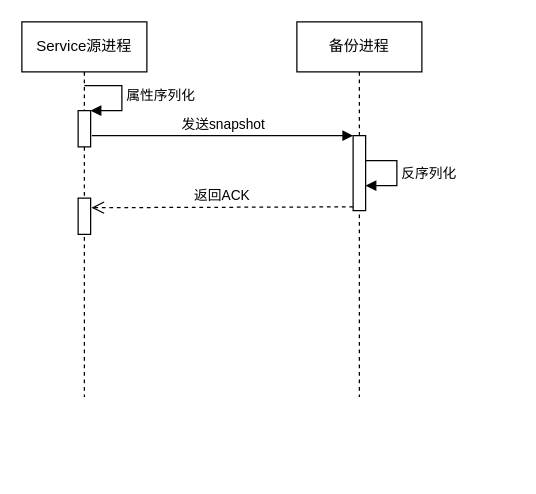
Earlier version of the draw.io diagram Untitled Diagram.drawio (bombshen/bombshen). Source tidied: cells renumbered, new cells numbered last; positions are measured from the earlier drawing's top-left corner, leaving out a move shared by most shapes. Both pictures are drawn from the tidied source at 125%, with x=0, y=0 at pixel (21, 21).
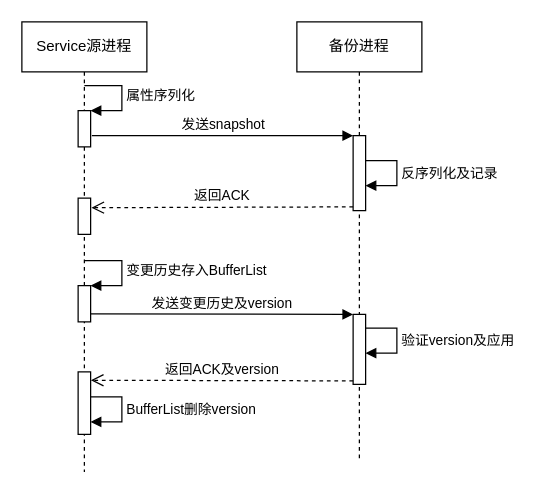
Above is the later version.

What changed in the source:
```diff
@@
     <mxCell id="2" value="Service源进程" style="shape=umlLifeline;perimeter=lifelinePerimeter;whiteSpace=wrap;html=1;" parent="1" vertex="1">
-      <mxGeometry width="100" height="300" as="geometry" />
+      <mxGeometry width="100" height="360" as="geometry" />
     </mxCell>
@@
+    <mxCell id="11" style="html=1;points=[];perimeter=orthogonalPerimeter;" parent="2" vertex="1">
+      <mxGeometry x="45" y="211" width="10" height="29" as="geometry" />
+    </mxCell>
+    <mxCell id="12" value="变更历史存入BufferList" style="edgeStyle=orthogonalEdgeStyle;html=1;align=left;spacingLeft=2;endArrow=block;rounded=0;entryX=1;entryY=0;" parent="2" edge="1" target="11">
+      <mxGeometry relative="1" as="geometry">
+        <mxPoint x="50" y="191" as="sourcePoint" />
+        <Array as="points">
+          <mxPoint x="80" y="191" />
+        </Array>
+      </mxGeometry>
+    </mxCell>
+    <mxCell id="13" style="html=1;points=[];perimeter=orthogonalPerimeter;" parent="2" vertex="1">
+      <mxGeometry x="45" y="280" width="10" height="50" as="geometry" />
+    </mxCell>
     <mxCell id="6" value="备份进程" style="shape=umlLifeline;perimeter=lifelinePerimeter;whiteSpace=wrap;html=1;" parent="1" vertex="1">
-      <mxGeometry x="220" width="100" height="300" as="geometry" />
+      <mxGeometry x="220" width="100" height="350" as="geometry" />
     </mxCell>
@@
+    <mxCell id="14" style="html=1;points=[];perimeter=orthogonalPerimeter;" parent="6" vertex="1">
+      <mxGeometry x="45" y="234" width="10" height="56" as="geometry" />
+    </mxCell>
@@
-    <mxCell id="9" value="反序列化" style="edgeStyle=orthogonalEdgeStyle;html=1;align=left;spacingLeft=2;endArrow=block;rounded=0;entryX=1;entryY=0;" parent="1" edge="1">
+    <mxCell id="9" value="反序列化及记录" style="edgeStyle=orthogonalEdgeStyle;html=1;align=left;spacingLeft=2;endArrow=block;rounded=0;entryX=1;entryY=0;" parent="1" edge="1">
       <mxGeometry relative="1" as="geometry">
         <mxPoint x="275" y="111" as="sourcePoint" />
         <mxPoint x="275" y="131" as="targetPoint" />
         <Array as="points">
           <mxPoint x="300" y="111" />
         </Array>
       </mxGeometry>
     </mxCell>
@@
+    <mxCell id="15" value="发送变更历史及version" style="html=1;verticalAlign=bottom;endArrow=block;entryX=0;entryY=0;exitX=1;exitY=0.782;exitDx=0;exitDy=0;exitPerimeter=0;" parent="1" edge="1" source="11" target="14">
+      <mxGeometry relative="1" as="geometry" />
+    </mxCell>
+    <mxCell id="16" value="验证version及应用" style="edgeStyle=orthogonalEdgeStyle;html=1;align=left;spacingLeft=2;endArrow=block;rounded=0;entryX=1;entryY=0;" parent="1" edge="1">
+      <mxGeometry relative="1" as="geometry">
+        <mxPoint x="275" y="245" as="sourcePoint" />
+        <mxPoint x="275" y="265" as="targetPoint" />
+        <Array as="points">
+          <mxPoint x="300" y="245" />
+        </Array>
+      </mxGeometry>
+    </mxCell>
+    <mxCell id="17" value="返回ACK及version" style="html=1;verticalAlign=bottom;endArrow=open;dashed=1;endSize=8;exitX=0;exitY=0.95;entryX=1.022;entryY=0.134;entryDx=0;entryDy=0;entryPerimeter=0;" parent="1" edge="1" source="14" target="13">
+      <mxGeometry relative="1" as="geometry" />
+    </mxCell>
+    <mxCell id="18" value="BufferList删除version" style="edgeStyle=orthogonalEdgeStyle;html=1;align=left;spacingLeft=2;endArrow=block;rounded=0;entryX=1;entryY=0;" parent="1" edge="1">
+      <mxGeometry relative="1" as="geometry">
+        <mxPoint x="55" y="300" as="sourcePoint" />
+        <mxPoint x="55" y="320" as="targetPoint" />
+        <Array as="points">
+          <mxPoint x="80" y="300" />
+        </Array>
+      </mxGeometry>
+    </mxCell>
```
